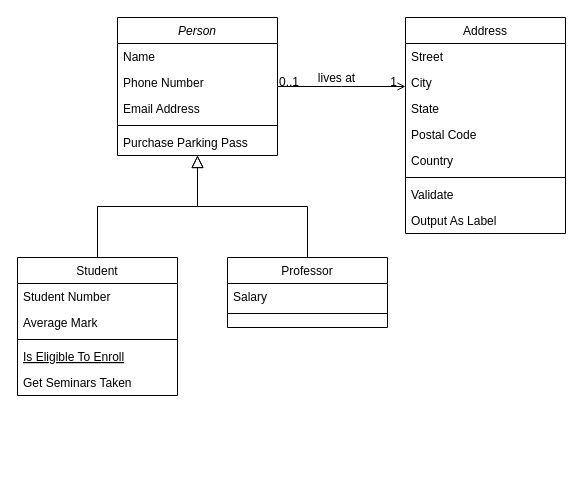
kittyahy/PSEAppGruppe2 keeps this draw.io diagram as Entwurf/Untitled Diagram.drawio. Above is the earlier version. Source tidied: cells renumbered, new cells numbered last; positions are measured from the earlier drawing's top-left corner, leaving out a move shared by most shapes. Both pictures are drawn from the tidied source at 100%, with x=0, y=0 at pixel (17, 17).
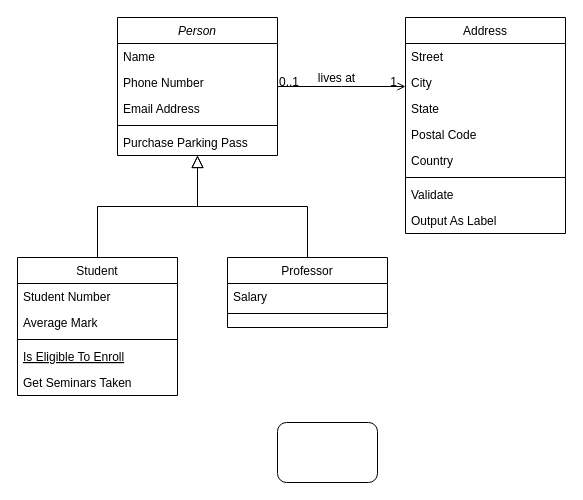
The same page after the edit.

The edit, as a diff of the source:
```diff
@@
+    <mxCell id="32" style="rounded=1;whiteSpace=wrap;html=1;shadow=0;labelBackgroundColor=none;strokeWidth=1;fontFamily=Verdana;fontSize=8;align=center;" parent="1" vertex="1">
+      <mxGeometry x="260" y="405" width="100" height="60" as="geometry" />
+    </mxCell>
```
